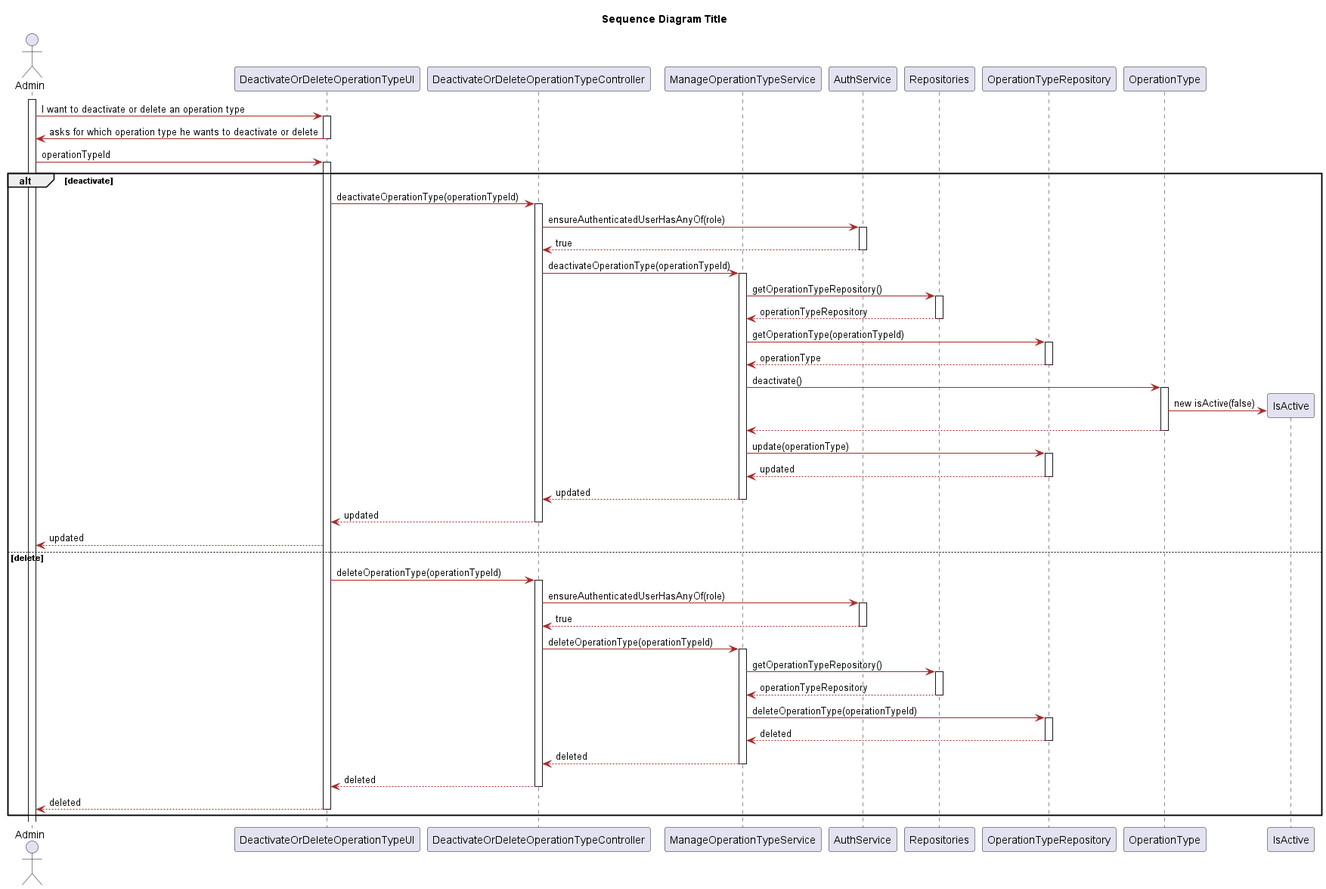
Earlier version of the PlantUML export Docs/Sprint1/UserStories/LAPR5/us5122/design/png/sequence-diagram.png (LAPR5-043/sem_5_24_25_043).
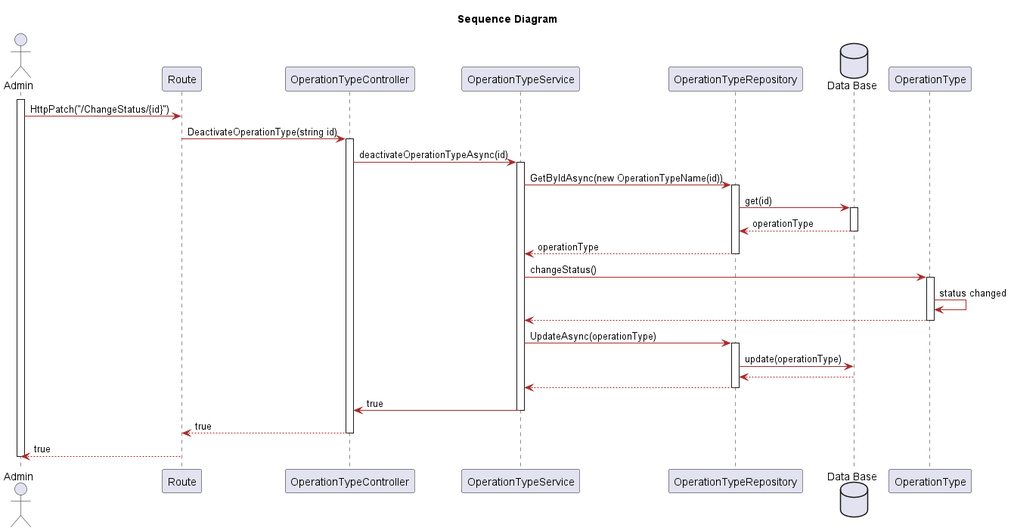
The same diagram one commit later.

The edit, as a diff of the source:
```diff
@@ -1,5 +1,5 @@
 @startuml
-title Sequence Diagram Title
+title Sequence Diagram
 skinparam classAttributeIconSize 0
 
 skinparam class {
@@ -21,83 +21,52 @@
 }
 
 actor Admin
-participant "DeactivateOrDeleteOperationTypeUI" as UI
-participant "DeactivateOrDeleteOperationTypeController" as Controller
-participant "ManageOperationTypeService" as operationS
-participant "AuthService" as auth
-participant "Repositories" as Repositories
+participant "Route" as UI
+participant "OperationTypeController" as Controller
+participant "OperationTypeService" as operationS
 participant "OperationTypeRepository" as operationTypeR
+database "Data Base" as db
 participant "OperationType" as operationType
-participant "IsActive" as isActive
 
 activate Admin
-Admin -> UI: I want to deactivate or delete an operation type
-activate UI
-UI -> Admin: asks for which operation type he wants to deactivate or delete
 
-deactivate UI
-Admin -> UI: operationTypeId
-activate UI
-alt deactivate
-    UI -> Controller: deactivateOperationType(operationTypeId)
-    activate Controller
-    Controller -> auth: ensureAuthenticatedUserHasAnyOf(role)
-    activate auth
-    auth --> Controller:  true
-    deactivate auth
-    Controller -> operationS : deactivateOperationType(operationTypeId)
-    activate operationS
-    operationS -> Repositories : getOperationTypeRepository()
-    activate Repositories
-    Repositories --> operationS : operationTypeRepository
-    deactivate Repositories
-    operationS -> operationTypeR : getOperationType(operationTypeId)
-    activate operationTypeR
-    operationTypeR --> operationS : operationType
-    deactivate operationTypeR
-    operationS -> operationType : deactivate()
-    activate operationType
-    operationType -> isActive** : new isActive(false)
-    operationType--> operationS
-    deactivate operationType
-    operationS -> operationTypeR : update(operationType)
-    activate operationTypeR
-    operationTypeR --> operationS : updated
-    deactivate operationTypeR
-    operationS --> Controller: updated
-    deactivate operationS
-    Controller --> UI: updated
-    deactivate Controller
-    UI --> Admin: updated
+Admin-> UI: HttpPatch("/ChangeStatus/{id}")
+UI -> Controller : DeactivateOperationType(string id)
+activate Controller
+Controller-> operationS : deactivateOperationTypeAsync(id)
+activate operationS
+operationS -> operationTypeR : GetByIdAsync(new OperationTypeName(id))
+activate operationTypeR
+operationTypeR -> db : get(id)
+activate db
+db --> operationTypeR: operationType
+deactivate db
+operationTypeR --> operationS : operationType
+deactivate operationTypeR
+operationS-> operationType : changeStatus()
+activate operationType
+operationType -> operationType: status changed
+operationType --> operationS
+deactivate  operationType
+operationS->operationTypeR: UpdateAsync(operationType)
+activate operationTypeR
+operationTypeR -> db : update(operationType)
+db --> operationTypeR
+deactivate db
+operationTypeR --> operationS
+deactivate operationTypeR
+operationS -> Controller : true
+deactivate operationS
+Controller --> UI: true
+deactivate Controller
+UI --> Admin : true
 
-
-else    delete
-    UI -> Controller: deleteOperationType(operationTypeId)
-    activate Controller
-    Controller -> auth: ensureAuthenticatedUserHasAnyOf(role)
-    activate auth
-    auth --> Controller:  true
-    deactivate auth
-    Controller -> operationS : deleteOperationType(operationTypeId)
-    activate operationS
-    operationS -> Repositories : getOperationTypeRepository()
-    activate Repositories
-    Repositories --> operationS : operationTypeRepository
-    deactivate Repositories
-    operationS -> operationTypeR : deleteOperationType(operationTypeId)
-    activate operationTypeR
-    operationTypeR --> operationS : deleted
-    deactivate operationTypeR
-    operationS --> Controller: deleted
-    deactivate operationS
-    Controller --> UI: deleted
-    deactivate Controller
-    UI --> Admin: deleted
-    deactivate UI
+deactivate Admin
 
 
 
-end
+
+
 
 
 
```
